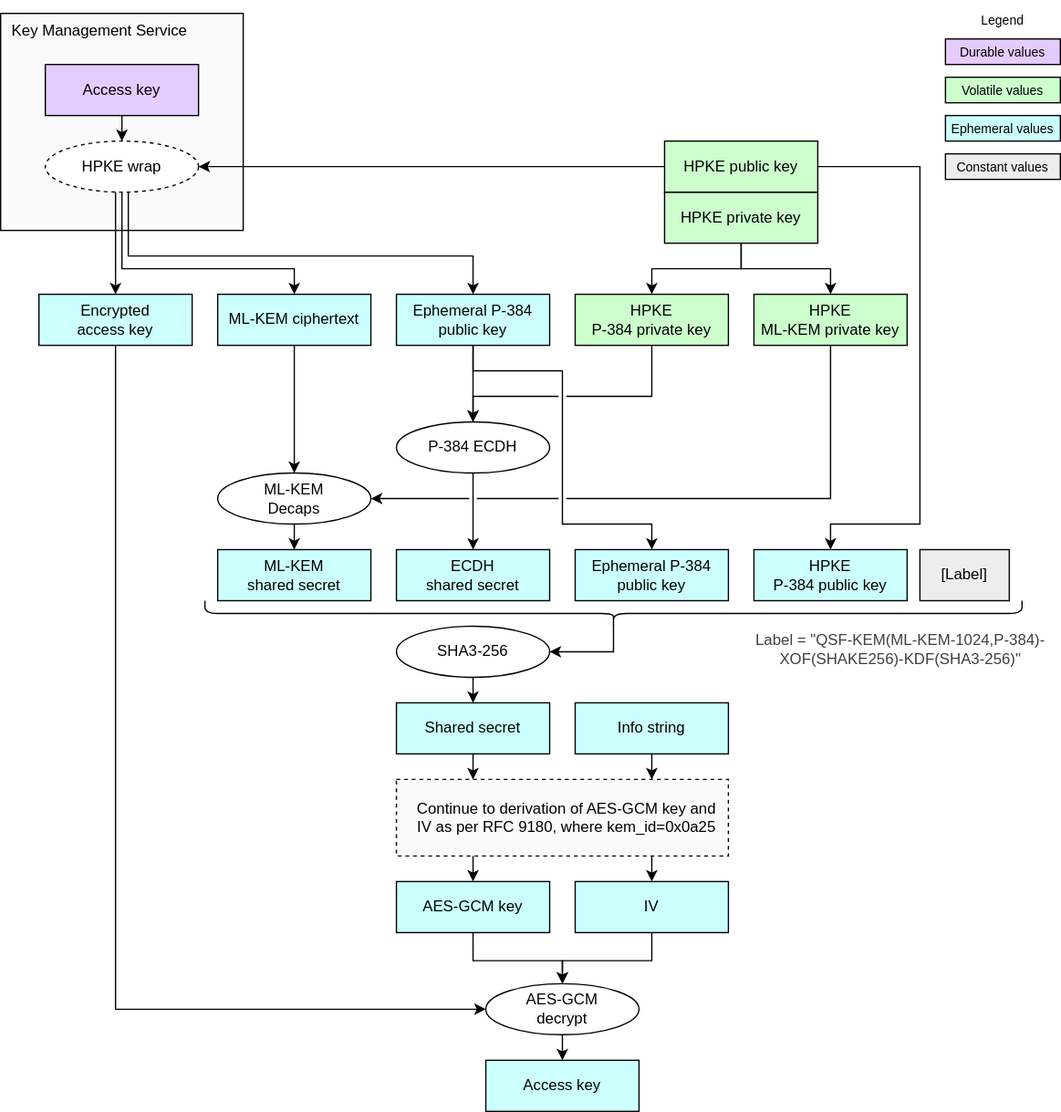
Above: doc/ocp_lock/diagrams/hpke_kem_hybrid.drawio.svg in chipsalliance/Caliptra (draw.io), before the change. Source tidied: cells renumbered, new cells last; positions are measured from the earlier drawing's top-left corner, leaving out a move shared by most shapes.
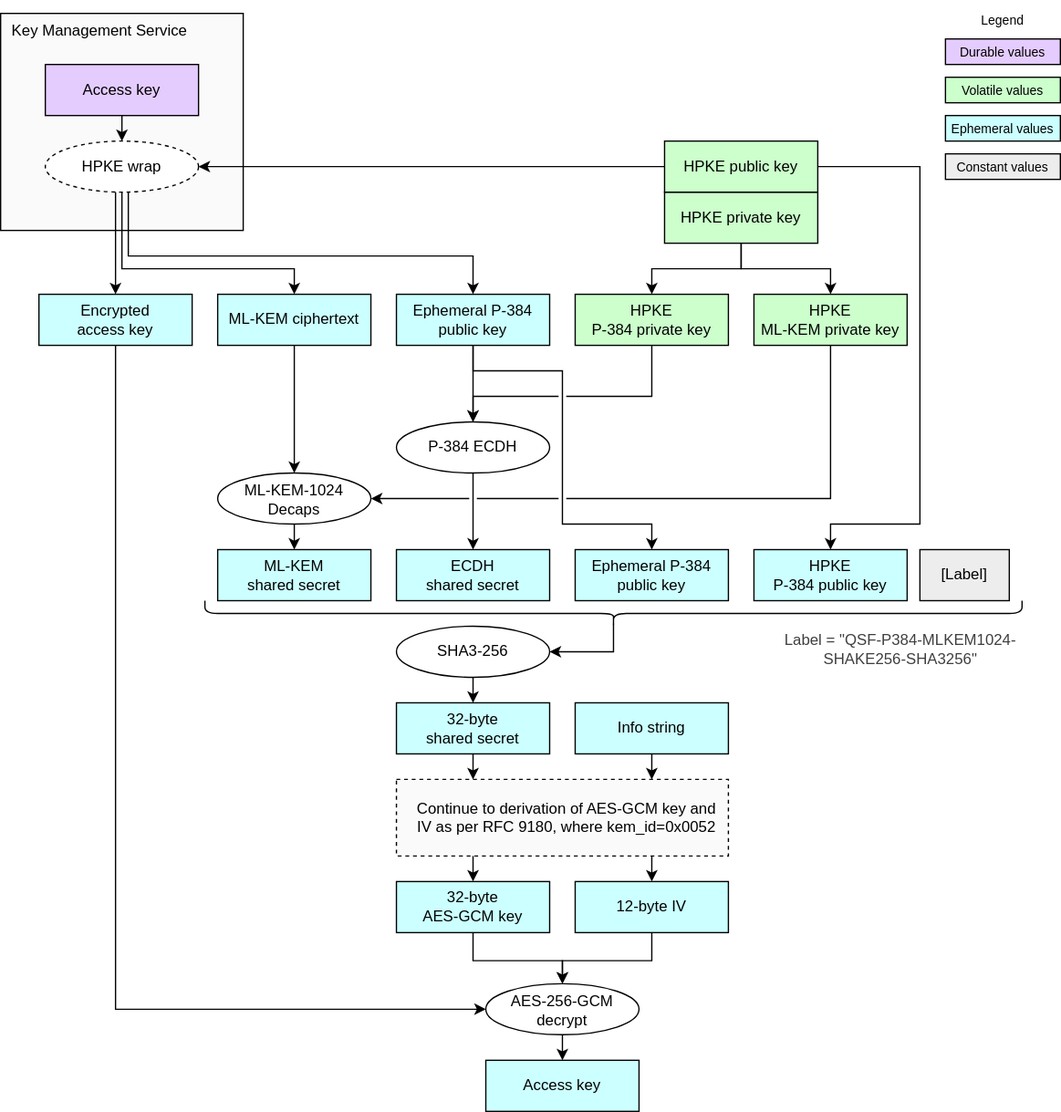
Above is the later version.

Commit message:
Update the spec to target the correct KEM hybrid construction. (#536)

The edit, as a diff of the source:
```diff
@@ -83,7 +83,7 @@
     <mxCell id="22" style="endArrow=classic;html=1;rounded=0;endSize=6;startSize=6;exitX=0.5;exitY=1;exitDx=0;exitDy=0;entryX=0.5;entryY=0;entryDx=0;entryDy=0;" parent="1" edge="1" source="14" target="21">
       <mxGeometry relative="1" as="geometry" />
     </mxCell>
-    <mxCell id="23" value="ML-KEM&lt;div&gt;Decaps&lt;/div&gt;" style="ellipse;whiteSpace=wrap;html=1;fillColor=#FFFFFF;" parent="1" vertex="1">
+    <mxCell id="23" value="ML-KEM-1024&lt;div&gt;Decaps&lt;/div&gt;" style="ellipse;whiteSpace=wrap;html=1;fillColor=#FFFFFF;spacingTop=1;" parent="1" vertex="1">
       <mxGeometry x="170" y="370" width="120" height="40" as="geometry" />
     </mxCell>
     <mxCell id="24" style="edgeStyle=segmentEdgeStyle;endArrow=classic;html=1;curved=0;rounded=0;endSize=6;startSize=6;exitX=0.5;exitY=1;exitDx=0;exitDy=0;entryX=0.5;entryY=0;entryDx=0;entryDy=0;" parent="1" edge="1" source="17" target="23">
@@ -156,13 +156,13 @@
     <mxCell id="37" value="SHA3-256" style="ellipse;whiteSpace=wrap;html=1;fillColor=#FFFFFF;" parent="1" vertex="1">
       <mxGeometry x="310" y="490" width="120" height="40" as="geometry" />
     </mxCell>
-    <mxCell id="38" value="&lt;div&gt;&lt;font color=&quot;#000000&quot;&gt;Shared secret&lt;/font&gt;&lt;/div&gt;" style="rounded=0;whiteSpace=wrap;html=1;align=center;verticalAlign=middle;shadow=0;glass=0;spacingLeft=0;spacingBottom=0;spacingTop=0;fillColor=#CCFFFF;" parent="1" vertex="1">
+    <mxCell id="38" value="&lt;div&gt;&lt;font color=&quot;#000000&quot;&gt;32-byte&lt;/font&gt;&lt;/div&gt;&lt;div&gt;&lt;font color=&quot;#000000&quot;&gt;shared secret&lt;/font&gt;&lt;/div&gt;" style="rounded=0;whiteSpace=wrap;html=1;align=center;verticalAlign=middle;shadow=0;glass=0;spacingLeft=0;spacingBottom=0;spacingTop=0;fillColor=#CCFFFF;" parent="1" vertex="1">
       <mxGeometry x="310" y="550" width="120" height="40" as="geometry" />
     </mxCell>
     <mxCell id="39" style="endArrow=classic;html=1;exitX=0.5;exitY=1;exitDx=0;exitDy=0;" parent="1" edge="1" source="37" target="38">
       <mxGeometry relative="1" as="geometry" />
     </mxCell>
-    <mxCell id="40" value="&lt;span style=&quot;color: rgb(0, 0, 0);&quot;&gt;Continue to derivation of&amp;nbsp;&lt;/span&gt;&lt;span style=&quot;background-color: transparent;&quot;&gt;AES-GCM key and&lt;/span&gt;&lt;div&gt;&lt;span style=&quot;background-color: transparent;&quot;&gt;IV as per&amp;nbsp;&lt;/span&gt;&lt;span style=&quot;background-color: transparent;&quot;&gt;RFC 9180, where kem_id=0x0a25&lt;/span&gt;&lt;/div&gt;" style="rounded=0;whiteSpace=wrap;html=1;fillColor=#FAFAFA;strokeColor=#000000;align=center;verticalAlign=middle;spacingLeft=7;dashed=1;" parent="1" vertex="1">
+    <mxCell id="40" value="&lt;span style=&quot;color: rgb(0, 0, 0);&quot;&gt;Continue to derivation of&amp;nbsp;&lt;/span&gt;&lt;span style=&quot;background-color: transparent;&quot;&gt;AES-GCM key and&lt;/span&gt;&lt;div&gt;&lt;span style=&quot;background-color: transparent;&quot;&gt;IV as per&amp;nbsp;&lt;/span&gt;&lt;span style=&quot;background-color: transparent;&quot;&gt;RFC 9180, where kem_id=0x0052&lt;/span&gt;&lt;/div&gt;" style="rounded=0;whiteSpace=wrap;html=1;fillColor=#FAFAFA;strokeColor=#000000;align=center;verticalAlign=middle;spacingLeft=7;dashed=1;" parent="1" vertex="1">
       <mxGeometry x="310" y="610" width="260" height="60" as="geometry" />
     </mxCell>
     <mxCell id="41" style="endArrow=classic;html=1;exitX=0.5;exitY=1;exitDx=0;exitDy=0;" parent="1" edge="1" source="38">
@@ -170,16 +170,16 @@
         <mxPoint x="370" y="610" as="targetPoint" />
       </mxGeometry>
     </mxCell>
-    <mxCell id="42" value="AES-GCM&lt;div&gt;decrypt&lt;/div&gt;" style="ellipse;whiteSpace=wrap;html=1;fillColor=#FFFFFF;" parent="1" vertex="1">
+    <mxCell id="42" value="AES-256-GCM&lt;div&gt;decrypt&lt;/div&gt;" style="ellipse;whiteSpace=wrap;html=1;fillColor=#FFFFFF;spacingTop=1;" parent="1" vertex="1">
       <mxGeometry x="380" y="770" width="120" height="40" as="geometry" />
     </mxCell>
     <mxCell id="43" value="Access key" style="rounded=0;whiteSpace=wrap;html=1;align=center;verticalAlign=middle;shadow=0;glass=0;spacingLeft=0;spacingBottom=0;spacingTop=0;fillColor=#CCFFFF;" parent="1" vertex="1">
       <mxGeometry x="380" y="830" width="120" height="40" as="geometry" />
     </mxCell>
-    <mxCell id="44" value="AES-GCM key" style="rounded=0;whiteSpace=wrap;html=1;align=center;verticalAlign=middle;shadow=0;glass=0;spacingLeft=0;spacingBottom=0;spacingTop=0;fillColor=#CCFFFF;" parent="1" vertex="1">
+    <mxCell id="44" value="32-byte&lt;div&gt;AES-GCM key&lt;/div&gt;" style="rounded=0;whiteSpace=wrap;html=1;align=center;verticalAlign=middle;shadow=0;glass=0;spacingLeft=0;spacingBottom=0;spacingTop=0;fillColor=#CCFFFF;" parent="1" vertex="1">
       <mxGeometry x="310" y="690" width="120" height="40" as="geometry" />
     </mxCell>
-    <mxCell id="45" value="IV" style="rounded=0;whiteSpace=wrap;html=1;align=center;verticalAlign=middle;shadow=0;glass=0;spacingLeft=0;spacingBottom=0;spacingTop=0;fillColor=#CCFFFF;" parent="1" vertex="1">
+    <mxCell id="45" value="12-byte IV" style="rounded=0;whiteSpace=wrap;html=1;align=center;verticalAlign=middle;shadow=0;glass=0;spacingLeft=0;spacingBottom=0;spacingTop=0;fillColor=#CCFFFF;" parent="1" vertex="1">
       <mxGeometry x="450" y="690" width="120" height="40" as="geometry" />
     </mxCell>
     <mxCell id="46" style="endArrow=classic;html=1;entryX=0.5;entryY=0;entryDx=0;entryDy=0;exitX=0.5;exitY=1;exitDx=0;exitDy=0;" parent="1" edge="1" target="44">
@@ -232,7 +232,7 @@
     <mxCell id="54" value="&lt;div&gt;&lt;font color=&quot;#000000&quot;&gt;[Label]&lt;/font&gt;&lt;/div&gt;" style="rounded=0;whiteSpace=wrap;html=1;align=center;verticalAlign=middle;shadow=0;glass=0;spacingLeft=0;spacingBottom=0;spacingTop=0;fillColor=#EDEDED;" parent="1" vertex="1">
       <mxGeometry x="720" y="430" width="70" height="40" as="geometry" />
     </mxCell>
-    <mxCell id="55" value="&lt;div style=&quot;color: rgb(63, 63, 63);&quot;&gt;Label = &quot;QSF-KEM(ML-KEM-1024,P-384)-XOF(SHAKE256)-KDF(SHA3-256)&quot;&lt;/div&gt;" style="text;strokeColor=none;align=center;fillColor=none;html=1;verticalAlign=middle;whiteSpace=wrap;rounded=0;" parent="1" vertex="1">
+    <mxCell id="55" value="&lt;div style=&quot;color: rgb(63, 63, 63);&quot;&gt;&lt;font face=&quot;Helvetica&quot;&gt;Label = &quot;Q&lt;span style=&quot;color: rgba(0, 0, 0, 0.85); text-align: start; background-color: transparent;&quot;&gt;SF-P384-MLKEM1024-SHAKE256-SHA3256&quot;&lt;/span&gt;&lt;/font&gt;&lt;br&gt;&lt;/div&gt;" style="text;strokeColor=none;align=center;fillColor=none;html=1;verticalAlign=middle;whiteSpace=wrap;rounded=0;" parent="1" vertex="1">
       <mxGeometry x="590" y="485" width="230" height="45" as="geometry" />
     </mxCell>
     <mxCell id="56" value="&lt;div&gt;&lt;font color=&quot;#000000&quot;&gt;Constant values&lt;/font&gt;&lt;/div&gt;" style="rounded=0;whiteSpace=wrap;html=1;align=center;verticalAlign=middle;shadow=0;glass=0;spacingLeft=0;spacingBottom=0;spacingTop=0;fillColor=#EDEDED;fontSize=10;" parent="1" vertex="1">
```
